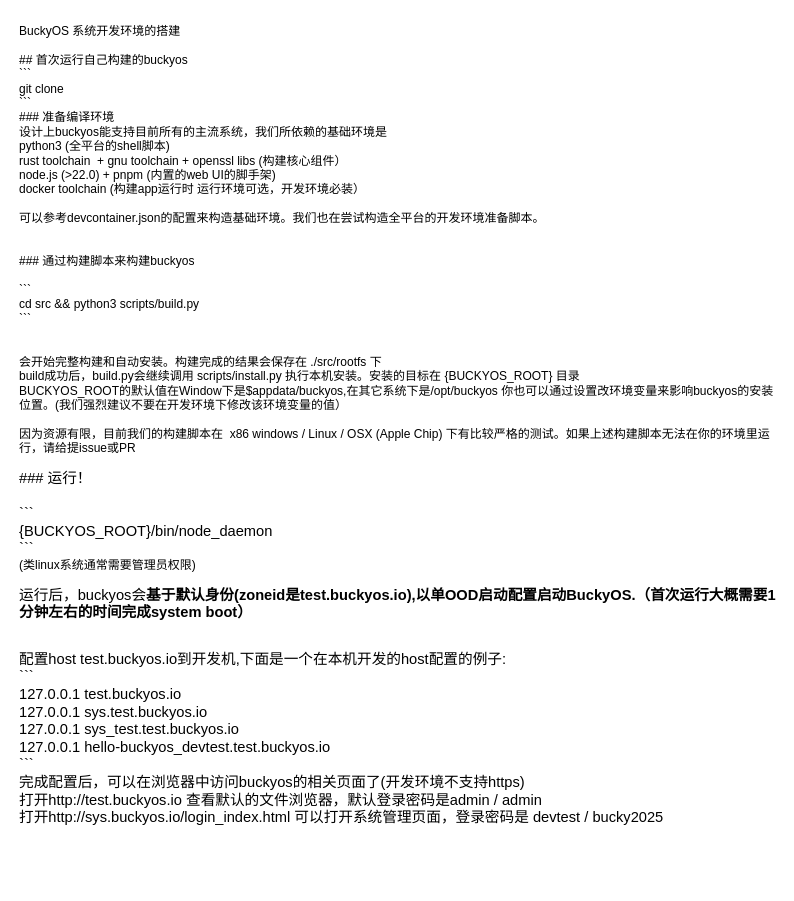
Above: page "Page1" (1 of 3) of doc/start dev.drawio in buckyos/buckyos (draw.io), before the change. Source tidied: cells renumbered, new cells numbered last; positions are measured from the earlier drawing's top-left corner, leaving out a move shared by most shapes. Both pictures are drawn from the tidied source at 100%, with x=0, y=0 at pixel (17, 17).
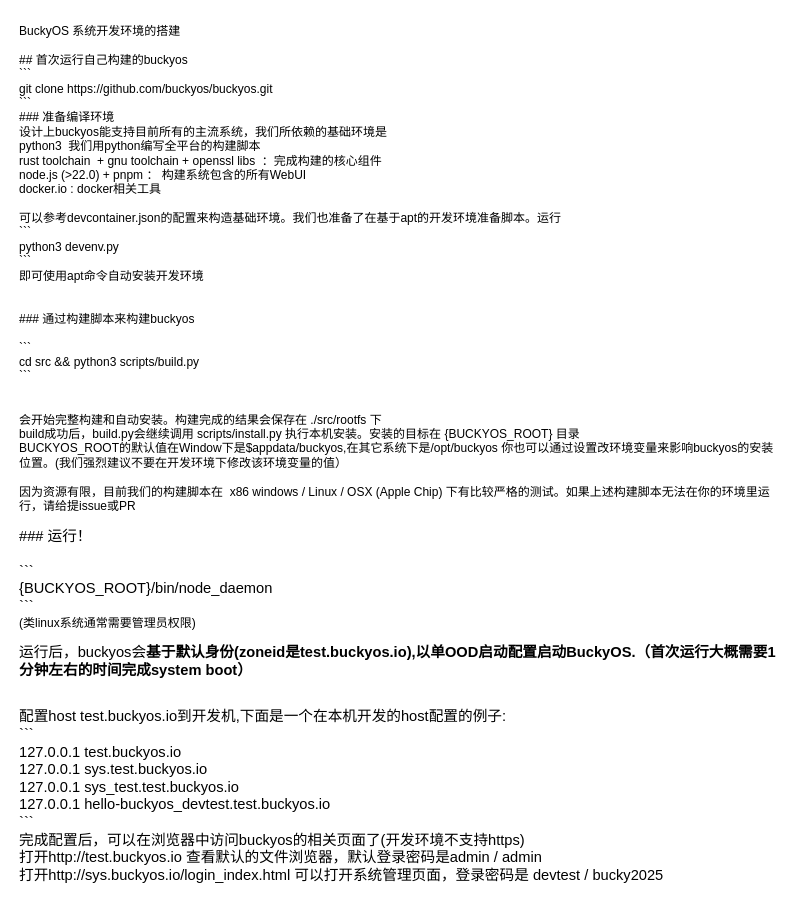
The same diagram, later.

The edit, as a diff of the source:
````diff
@@
 <mxGraphModel>
   <root>
     <mxCell id="0" />
     <mxCell id="1" parent="0" />
-    <mxCell id="2" value="BuckyOS 系统开发环境的搭建&lt;div&gt;&lt;br&gt;&lt;/div&gt;&lt;div&gt;## 首次运行自己构建的buckyos&lt;/div&gt;&lt;div&gt;```&lt;/div&gt;&lt;div&gt;git clone&amp;nbsp;&lt;/div&gt;&lt;div&gt;```&lt;/div&gt;&lt;div&gt;### 准备编译环境&lt;/div&gt;&lt;div&gt;设计上buckyos能支持目前所有的主流系统，我们所依赖的基础环境是&lt;/div&gt;&lt;div&gt;python3 (全平台的shell脚本)&lt;/div&gt;&lt;div&gt;rust toolchain&amp;nbsp; +&amp;nbsp;&lt;span style=&quot;background-color: transparent; color: light-dark(rgb(0, 0, 0), rgb(255, 255, 255));&quot;&gt;gnu toolchain +&amp;nbsp;&lt;/span&gt;&lt;span style=&quot;background-color: transparent; color: light-dark(rgb(0, 0, 0), rgb(255, 255, 255));&quot;&gt;openssl libs (构建核心组件）&lt;/span&gt;&lt;/div&gt;&lt;div&gt;node.js (&amp;gt;22.0) +&amp;nbsp;&lt;span style=&quot;background-color: transparent; color: light-dark(rgb(0, 0, 0), rgb(255, 255, 255));&quot;&gt;pnpm (内置的web UI的脚手架)&lt;/span&gt;&lt;/div&gt;&lt;div&gt;docker toolchain (构建app运行时 运行环境可选，开发环境必装）&lt;/div&gt;&lt;div&gt;&lt;br&gt;&lt;/div&gt;&lt;div&gt;可以参考devcontainer.json的配置来构造基础环境。我们也在尝试构造全平台的开发环境准备脚本。&lt;/div&gt;&lt;div&gt;&lt;br&gt;&lt;/div&gt;&lt;div&gt;&lt;br&gt;&lt;/div&gt;&lt;div&gt;### 通过构建脚本来构建buckyos&lt;/div&gt;&lt;div&gt;&lt;br&gt;&lt;/div&gt;&lt;div&gt;```&lt;/div&gt;&lt;div&gt;cd src &amp;amp;&amp;amp; python3 scripts/build.py&amp;nbsp;&lt;/div&gt;&lt;div&gt;```&lt;/div&gt;&lt;div&gt;&lt;br&gt;&lt;/div&gt;&lt;div&gt;&lt;br&gt;&lt;/div&gt;&lt;div&gt;会开始完整构建和自动安装。构建完成的结果会保存在 ./src/rootfs 下&lt;/div&gt;&lt;div&gt;build成功后，build.py会继续调用 scripts/install.py 执行本机安装。安装的目标在 {BUCKYOS_ROOT} 目录&lt;/div&gt;&lt;div&gt;BUCKYOS_ROOT的默认值在Window下是$appdata/buckyos,在其它系统下是/opt/buckyos 你也可以通过设置改环境变量来影响buckyos的安装位置。(我们强烈建议不要在开发环境下修改该环境变量的值）&lt;/div&gt;&lt;div&gt;&lt;br&gt;&lt;/div&gt;&lt;div&gt;因为资源有限，目前我们的构建脚本在&amp;nbsp; x86 windows / Linux / OSX (Apple Chip) 下有比较严格的测试。如果上述构建脚本无法在你的环境里运行，请给提issue或PR&lt;/div&gt;&lt;div&gt;&lt;br&gt;&lt;/div&gt;&lt;div&gt;&lt;p style=&quot;margin:0in;font-size:11.0pt&quot;&gt;### 运行！&lt;/p&gt;&lt;p style=&quot;margin:0in;font-size:11.0pt&quot;&gt;&lt;br&gt;&lt;/p&gt;&lt;p style=&quot;margin:0in;font-size:11.0pt&quot;&gt;```&lt;/p&gt;&lt;p style=&quot;margin:0in;font-size:11.0pt&quot;&gt;{BUCKYOS_ROOT}/bin/node_daemon&lt;/p&gt;&lt;p style=&quot;margin:0in;font-size:11.0pt&quot;&gt;```&lt;/p&gt;(类linux系统通常需要管理员权限)&lt;/div&gt;&lt;div&gt;&lt;br&gt;&lt;p style=&quot;margin:0in;font-family:&amp;quot;Microsoft YaHei&amp;quot;;font-size:11.0pt&quot;&gt;&lt;span lang=&quot;zh-CN&quot; style=&quot;&quot;&gt;运行后，buckyos会&lt;/span&gt;&lt;span lang=&quot;zh-CN&quot; style=&quot;font-weight:bold&quot;&gt;基于默认身份(zoneid&lt;/span&gt;&lt;b style=&quot;background-color: transparent; color: light-dark(rgb(0, 0, 0), rgb(255, 255, 255));&quot;&gt;是test.buckyos.io)&lt;/b&gt;&lt;span style=&quot;font-size: 11pt; background-color: transparent; color: light-dark(rgb(0, 0, 0), rgb(255, 255, 255)); font-weight: bold;&quot; lang=&quot;en-US&quot;&gt;,&lt;/span&gt;&lt;span style=&quot;font-size: 11pt; background-color: transparent; color: light-dark(rgb(0, 0, 0), rgb(255, 255, 255)); font-weight: bold;&quot; lang=&quot;zh-CN&quot;&gt;以单&lt;/span&gt;&lt;span style=&quot;font-size: 11pt; background-color: transparent; color: light-dark(rgb(0, 0, 0), rgb(255, 255, 255)); font-weight: bold;&quot; lang=&quot;en-US&quot;&gt;OOD&lt;/span&gt;&lt;span style=&quot;font-size: 11pt; background-color: transparent; color: light-dark(rgb(0, 0, 0), rgb(255, 255, 255)); font-weight: bold;&quot; lang=&quot;zh-CN&quot;&gt;启动配置启动BuckyOS.（首次运行大概需要1分钟左右的时间完成system boot）&lt;/span&gt;&lt;/p&gt;&lt;p style=&quot;margin:0in;margin-left:.375in;font-family:&amp;quot;Microsoft YaHei&amp;quot;;&lt;br/&gt;font-size:11.0pt&quot;&gt;&lt;br&gt;&lt;/p&gt;&lt;br&gt;&lt;p style=&quot;margin:0in;font-family:&amp;quot;Microsoft YaHei&amp;quot;;font-size:11.0pt&quot;&gt;&lt;span lang=&quot;zh-CN&quot;&gt;配置&lt;/span&gt;&lt;span lang=&quot;en-US&quot;&gt;host test.buckyos.io&lt;/span&gt;&lt;span lang=&quot;zh-CN&quot;&gt;到开发机,下面是一个在本机开发的host配置的例子:&lt;/span&gt;&lt;/p&gt;&lt;p style=&quot;margin:0in;font-family:&amp;quot;Microsoft YaHei&amp;quot;;font-size:11.0pt&quot;&gt;```&lt;/p&gt;&lt;p style=&quot;margin: 0in;&quot;&gt;&lt;font face=&quot;Microsoft YaHei&quot;&gt;&lt;span style=&quot;font-size: 14.6667px;&quot;&gt;127.0.0.1 test.buckyos.io&lt;/span&gt;&lt;/font&gt;&lt;/p&gt;&lt;p style=&quot;margin: 0in;&quot;&gt;&lt;font face=&quot;Microsoft YaHei&quot;&gt;&lt;span style=&quot;font-size: 14.6667px;&quot;&gt;127.0.0.1 sys.test.buckyos.io&lt;/span&gt;&lt;/font&gt;&lt;/p&gt;&lt;p style=&quot;margin: 0in;&quot;&gt;&lt;font face=&quot;Microsoft YaHei&quot;&gt;&lt;span style=&quot;font-size: 14.6667px;&quot;&gt;127.0.0.1 sys_test.test.buckyos.io&lt;/span&gt;&lt;/font&gt;&lt;/p&gt;&lt;p style=&quot;margin: 0in;&quot;&gt;&lt;font face=&quot;Microsoft YaHei&quot;&gt;&lt;span style=&quot;font-size: 14.6667px;&quot;&gt;127.0.0.1 hello-buckyos_devtest.test.buckyos.io&lt;/span&gt;&lt;/font&gt;&lt;/p&gt;&lt;p style=&quot;margin:0in;font-family:&amp;quot;Microsoft YaHei&amp;quot;;font-size:11.0pt&quot;&gt;```&lt;/p&gt;&lt;p style=&quot;margin:0in;font-family:&amp;quot;Microsoft YaHei&amp;quot;;font-size:11.0pt&quot;&gt;完成配置后，&lt;span style=&quot;font-size: 11pt; background-color: transparent; color: light-dark(rgb(0, 0, 0), rgb(255, 255, 255));&quot; lang=&quot;zh-CN&quot;&gt;可以在浏览器中访问buckyos的相关页面了(开发环境不支持https)&lt;/span&gt;&lt;/p&gt;&lt;p style=&quot;margin:0in;font-family:&amp;quot;Microsoft YaHei&amp;quot;;font-size:11.0pt&quot;&gt;&lt;span style=&quot;font-size: 11pt; background-color: transparent; color: light-dark(rgb(0, 0, 0), rgb(255, 255, 255));&quot; lang=&quot;zh-CN&quot;&gt;打开http://&lt;/span&gt;&lt;span style=&quot;font-size: 11pt; background-color: transparent; color: light-dark(rgb(0, 0, 0), rgb(255, 255, 255));&quot; lang=&quot;en-US&quot;&gt;test.buckyos.io 查看默认的文件浏览器，默认登录密码是admin / admin&lt;/span&gt;&lt;/p&gt;&lt;p style=&quot;margin:0in;font-family:&amp;quot;Microsoft YaHei&amp;quot;;font-size:11.0pt&quot;&gt;打开http://sys.buckyos.io/login_index.html 可以打开系统管理页面，登录密码是 devtest / bucky2025&lt;/p&gt;&lt;/div&gt;" style="text;html=1;align=left;verticalAlign=top;whiteSpace=wrap;rounded=0;" parent="1" vertex="1">
+    <mxCell id="2" value="BuckyOS 系统开发环境的搭建&lt;div&gt;&lt;br&gt;&lt;/div&gt;&lt;div&gt;## 首次运行自己构建的buckyos&lt;/div&gt;&lt;div&gt;```&lt;/div&gt;&lt;div&gt;git clone https://github.com/buckyos/buckyos.git&lt;/div&gt;&lt;div&gt;```&lt;/div&gt;&lt;div&gt;### 准备编译环境&lt;/div&gt;&lt;div&gt;设计上buckyos能支持目前所有的主流系统，我们所依赖的基础环境是&lt;/div&gt;&lt;div&gt;python3&amp;nbsp; 我们用python编写全平台的构建脚本&lt;/div&gt;&lt;div&gt;rust toolchain&amp;nbsp; +&amp;nbsp;&lt;span style=&quot;background-color: transparent; color: light-dark(rgb(0, 0, 0), rgb(255, 255, 255));&quot;&gt;gnu toolchain +&amp;nbsp;&lt;/span&gt;&lt;span style=&quot;background-color: transparent; color: light-dark(rgb(0, 0, 0), rgb(255, 255, 255));&quot;&gt;openssl libs&amp;nbsp; ：完成构建的核心组件&lt;/span&gt;&lt;/div&gt;&lt;div&gt;node.js (&amp;gt;22.0) +&amp;nbsp;&lt;span style=&quot;background-color: transparent; color: light-dark(rgb(0, 0, 0), rgb(255, 255, 255));&quot;&gt;pnpm ： 构建系统包含的所有WebUI&lt;/span&gt;&lt;/div&gt;&lt;div&gt;docker.io : docker相关工具&lt;/div&gt;&lt;div&gt;&lt;br&gt;&lt;/div&gt;&lt;div&gt;可以参考devcontainer.json的配置来构造基础环境。我们也准备了在基于apt的开发环境准备脚本。运行&lt;/div&gt;&lt;div&gt;```&lt;/div&gt;&lt;div&gt;python3 devenv.py&amp;nbsp;&lt;/div&gt;&lt;div&gt;```&lt;/div&gt;&lt;div&gt;即可使用apt命令自动安装开发环境&lt;/div&gt;&lt;div&gt;&lt;br&gt;&lt;/div&gt;&lt;div&gt;&lt;br&gt;&lt;/div&gt;&lt;div&gt;### 通过构建脚本来构建buckyos&lt;/div&gt;&lt;div&gt;&lt;br&gt;&lt;/div&gt;&lt;div&gt;```&lt;/div&gt;&lt;div&gt;cd src &amp;amp;&amp;amp; python3 scripts/build.py&amp;nbsp;&lt;/div&gt;&lt;div&gt;```&lt;/div&gt;&lt;div&gt;&lt;br&gt;&lt;/div&gt;&lt;div&gt;&lt;br&gt;&lt;/div&gt;&lt;div&gt;会开始完整构建和自动安装。构建完成的结果会保存在 ./src/rootfs 下&lt;/div&gt;&lt;div&gt;build成功后，build.py会继续调用 scripts/install.py 执行本机安装。安装的目标在 {BUCKYOS_ROOT} 目录&lt;/div&gt;&lt;div&gt;BUCKYOS_ROOT的默认值在Window下是$appdata/buckyos,在其它系统下是/opt/buckyos 你也可以通过设置改环境变量来影响buckyos的安装位置。(我们强烈建议不要在开发环境下修改该环境变量的值）&lt;/div&gt;&lt;div&gt;&lt;br&gt;&lt;/div&gt;&lt;div&gt;因为资源有限，目前我们的构建脚本在&amp;nbsp; x86 windows / Linux / OSX (Apple Chip) 下有比较严格的测试。如果上述构建脚本无法在你的环境里运行，请给提issue或PR&lt;/div&gt;&lt;div&gt;&lt;br&gt;&lt;/div&gt;&lt;div&gt;&lt;p style=&quot;margin:0in;font-size:11.0pt&quot;&gt;### 运行！&lt;/p&gt;&lt;p style=&quot;margin:0in;font-size:11.0pt&quot;&gt;&lt;br&gt;&lt;/p&gt;&lt;p style=&quot;margin:0in;font-size:11.0pt&quot;&gt;```&lt;/p&gt;&lt;p style=&quot;margin:0in;font-size:11.0pt&quot;&gt;{BUCKYOS_ROOT}/bin/node_daemon&lt;/p&gt;&lt;p style=&quot;margin:0in;font-size:11.0pt&quot;&gt;```&lt;/p&gt;(类linux系统通常需要管理员权限)&lt;/div&gt;&lt;div&gt;&lt;br&gt;&lt;p style=&quot;margin:0in;font-family:&amp;quot;Microsoft YaHei&amp;quot;;font-size:11.0pt&quot;&gt;&lt;span lang=&quot;zh-CN&quot; style=&quot;&quot;&gt;运行后，buckyos会&lt;/span&gt;&lt;span lang=&quot;zh-CN&quot; style=&quot;font-weight:bold&quot;&gt;基于默认身份(zoneid&lt;/span&gt;&lt;b style=&quot;background-color: transparent; color: light-dark(rgb(0, 0, 0), rgb(255, 255, 255));&quot;&gt;是test.buckyos.io)&lt;/b&gt;&lt;span style=&quot;font-size: 11pt; background-color: transparent; color: light-dark(rgb(0, 0, 0), rgb(255, 255, 255)); font-weight: bold;&quot; lang=&quot;en-US&quot;&gt;,&lt;/span&gt;&lt;span style=&quot;font-size: 11pt; background-color: transparent; color: light-dark(rgb(0, 0, 0), rgb(255, 255, 255)); font-weight: bold;&quot; lang=&quot;zh-CN&quot;&gt;以单&lt;/span&gt;&lt;span style=&quot;font-size: 11pt; background-color: transparent; color: light-dark(rgb(0, 0, 0), rgb(255, 255, 255)); font-weight: bold;&quot; lang=&quot;en-US&quot;&gt;OOD&lt;/span&gt;&lt;span style=&quot;font-size: 11pt; background-color: transparent; color: light-dark(rgb(0, 0, 0), rgb(255, 255, 255)); font-weight: bold;&quot; lang=&quot;zh-CN&quot;&gt;启动配置启动BuckyOS.（首次运行大概需要1分钟左右的时间完成system boot）&lt;/span&gt;&lt;/p&gt;&lt;p style=&quot;margin:0in;margin-left:.375in;font-family:&amp;quot;Microsoft YaHei&amp;quot;;&lt;br/&gt;font-size:11.0pt&quot;&gt;&lt;br&gt;&lt;/p&gt;&lt;br&gt;&lt;p style=&quot;margin:0in;font-family:&amp;quot;Microsoft YaHei&amp;quot;;font-size:11.0pt&quot;&gt;&lt;span lang=&quot;zh-CN&quot;&gt;配置&lt;/span&gt;&lt;span lang=&quot;en-US&quot;&gt;host test.buckyos.io&lt;/span&gt;&lt;span lang=&quot;zh-CN&quot;&gt;到开发机,下面是一个在本机开发的host配置的例子:&lt;/span&gt;&lt;/p&gt;&lt;p style=&quot;margin:0in;font-family:&amp;quot;Microsoft YaHei&amp;quot;;font-size:11.0pt&quot;&gt;```&lt;/p&gt;&lt;p style=&quot;margin: 0in;&quot;&gt;&lt;font face=&quot;Microsoft YaHei&quot;&gt;&lt;span style=&quot;font-size: 14.6667px;&quot;&gt;127.0.0.1 test.buckyos.io&lt;/span&gt;&lt;/font&gt;&lt;/p&gt;&lt;p style=&quot;margin: 0in;&quot;&gt;&lt;font face=&quot;Microsoft YaHei&quot;&gt;&lt;span style=&quot;font-size: 14.6667px;&quot;&gt;127.0.0.1 sys.test.buckyos.io&lt;/span&gt;&lt;/font&gt;&lt;/p&gt;&lt;p style=&quot;margin: 0in;&quot;&gt;&lt;font face=&quot;Microsoft YaHei&quot;&gt;&lt;span style=&quot;font-size: 14.6667px;&quot;&gt;127.0.0.1 sys_test.test.buckyos.io&lt;/span&gt;&lt;/font&gt;&lt;/p&gt;&lt;p style=&quot;margin: 0in;&quot;&gt;&lt;font face=&quot;Microsoft YaHei&quot;&gt;&lt;span style=&quot;font-size: 14.6667px;&quot;&gt;127.0.0.1 hello-buckyos_devtest.test.buckyos.io&lt;/span&gt;&lt;/font&gt;&lt;/p&gt;&lt;p style=&quot;margin:0in;font-family:&amp;quot;Microsoft YaHei&amp;quot;;font-size:11.0pt&quot;&gt;```&lt;/p&gt;&lt;p style=&quot;margin:0in;font-family:&amp;quot;Microsoft YaHei&amp;quot;;font-size:11.0pt&quot;&gt;完成配置后，&lt;span style=&quot;font-size: 11pt; background-color: transparent; color: light-dark(rgb(0, 0, 0), rgb(255, 255, 255));&quot; lang=&quot;zh-CN&quot;&gt;可以在浏览器中访问buckyos的相关页面了(开发环境不支持https)&lt;/span&gt;&lt;/p&gt;&lt;p style=&quot;margin:0in;font-family:&amp;quot;Microsoft YaHei&amp;quot;;font-size:11.0pt&quot;&gt;&lt;span style=&quot;font-size: 11pt; background-color: transparent; color: light-dark(rgb(0, 0, 0), rgb(255, 255, 255));&quot; lang=&quot;zh-CN&quot;&gt;打开http://&lt;/span&gt;&lt;span style=&quot;font-size: 11pt; background-color: transparent; color: light-dark(rgb(0, 0, 0), rgb(255, 255, 255));&quot; lang=&quot;en-US&quot;&gt;test.buckyos.io 查看默认的文件浏览器，默认登录密码是admin / admin&lt;/span&gt;&lt;/p&gt;&lt;p style=&quot;margin:0in;font-family:&amp;quot;Microsoft YaHei&amp;quot;;font-size:11.0pt&quot;&gt;打开http://sys.buckyos.io/login_index.html 可以打开系统管理页面，登录密码是 devtest / bucky2025&lt;/p&gt;&lt;/div&gt;" style="text;html=1;align=left;verticalAlign=top;whiteSpace=wrap;rounded=0;" parent="1" vertex="1">
       <mxGeometry width="760" height="810" as="geometry" />
     </mxCell>
   </root>
 </mxGraphModel>
````
